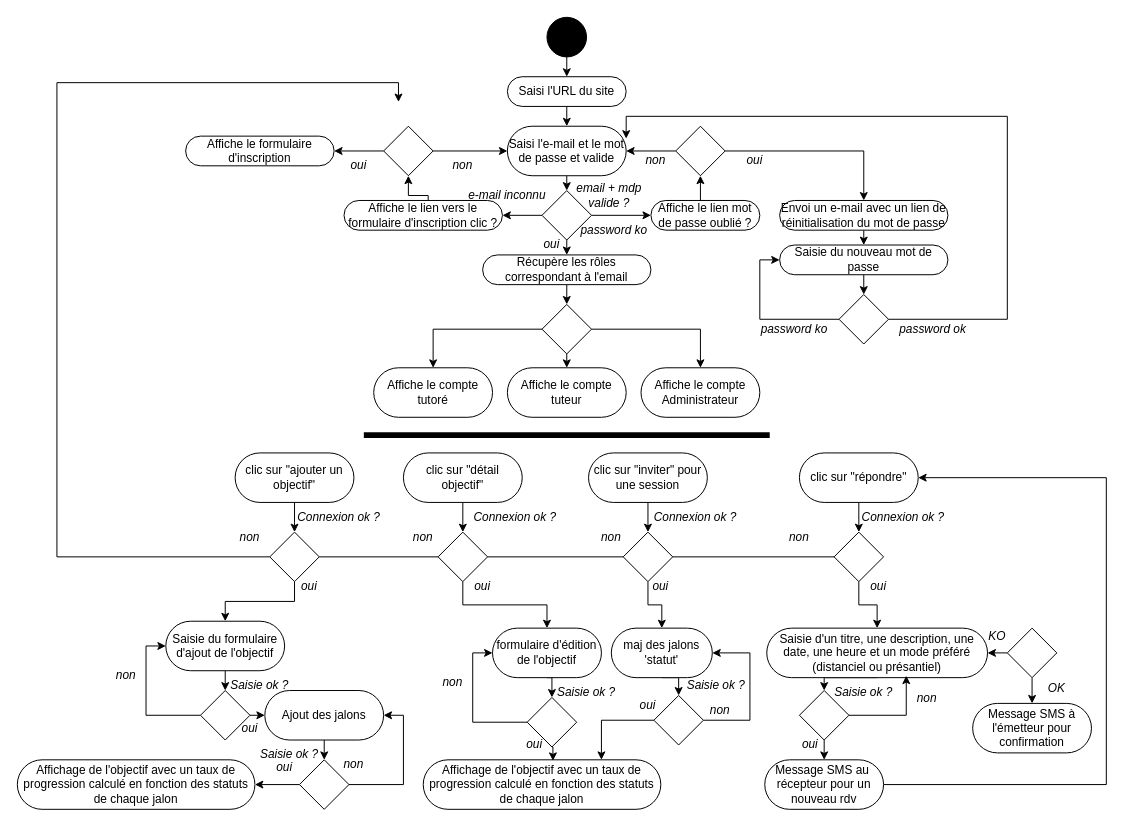
Earlier version of the draw.io diagram page "diagramme d'activité" (2 of 4) of uml_avenirs.drawio (cbeauquel/oc_projet9). Source tidied: cells renumbered, new cells numbered last; positions are measured from the earlier drawing's top-left corner, leaving out a move shared by most shapes. Both pictures are drawn from the tidied source at 99%, with x=0, y=0 at pixel (17, 17).
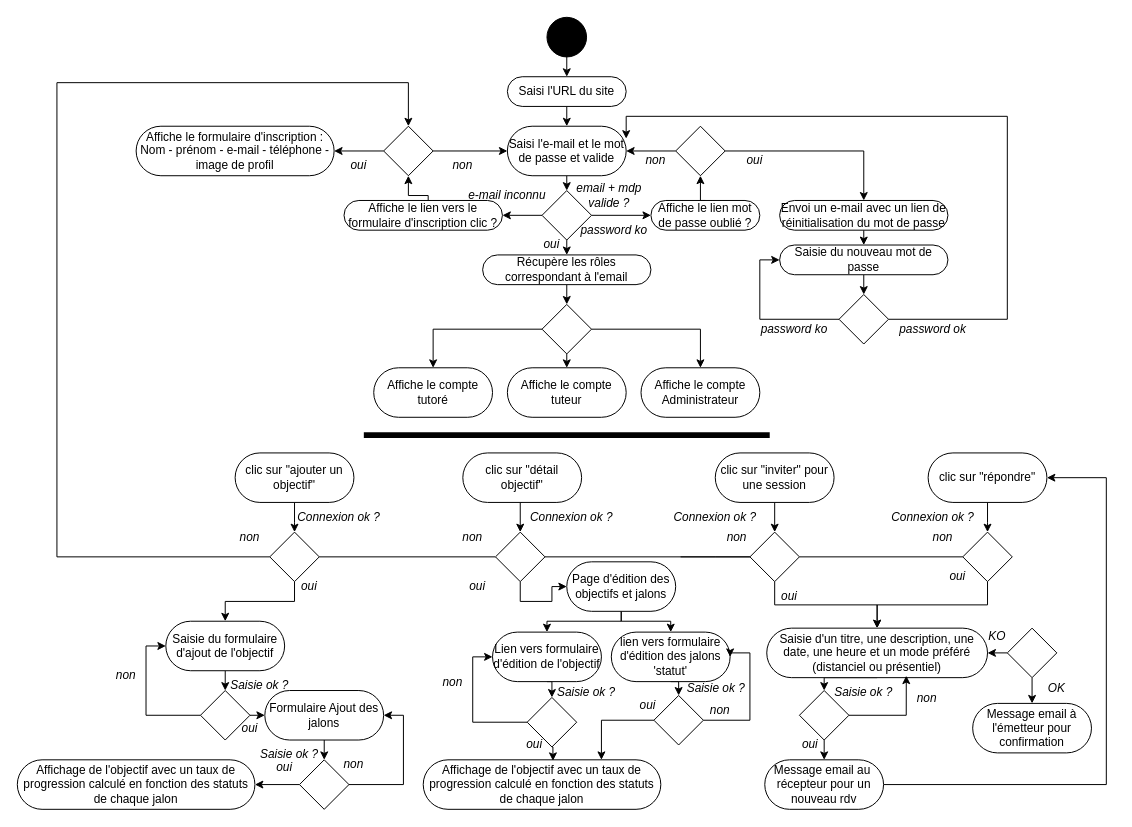
Above is the later version.

The change refers to these unchanged cells:
```xml
<mxCell id="25" style="rhombus;whiteSpace=wrap;html=1;" parent="1" vertex="1">
  <mxGeometry x="370" y="110" width="50" height="50" as="geometry" />
</mxCell>
<mxCell id="54" style="rhombus;whiteSpace=wrap;html=1;" parent="1" vertex="1">
  <mxGeometry x="255" y="520" width="50" height="50" as="geometry" />
</mxCell>
```

What changed in the source:
```diff
@@
-    <mxCell id="38" value="Affiche le formulaire d'inscription" style="rounded=1;whiteSpace=wrap;html=1;arcSize=50;" parent="1" vertex="1">
-      <mxGeometry x="170" y="120" width="150" height="30" as="geometry" />
+    <mxCell id="38" value="Affiche le formulaire d'inscription : Nom - prénom - e-mail - téléphone -image de profil" style="rounded=1;whiteSpace=wrap;html=1;arcSize=50;" parent="1" vertex="1">
+      <mxGeometry x="120" y="110" width="200" height="50" as="geometry" />
     </mxCell>
@@
-    <mxCell id="52" style="edgeStyle=orthogonalEdgeStyle;rounded=0;jettySize=auto;html=1;entryX=0;entryY=0;entryDx=0;entryDy=0;exitX=0;exitY=0.5;exitDx=0;exitDy=0;" parent="1" edge="1" source="54">
+    <mxCell id="52" style="edgeStyle=orthogonalEdgeStyle;rounded=0;jettySize=auto;html=1;entryX=0.5;entryY=0;entryDx=0;entryDy=0;exitX=0;exitY=0.5;exitDx=0;exitDy=0;" parent="1" edge="1" source="54" target="25">
       <mxGeometry relative="1" as="geometry">
-        <mxPoint x="385" y="85.5" as="targetPoint" />
         <Array as="points">
           <mxPoint x="40" y="545" />
           <mxPoint x="40" y="66" />
-          <mxPoint x="385" y="66" />
+          <mxPoint x="395" y="66" />
         </Array>
       </mxGeometry>
     </mxCell>
@@
-    <mxCell id="58" value="Ajout des jalons" style="rounded=1;whiteSpace=wrap;html=1;arcSize=50;" parent="1" vertex="1">
+    <mxCell id="58" value="Formulaire Ajout des jalons" style="rounded=1;whiteSpace=wrap;html=1;arcSize=50;" parent="1" vertex="1">
       <mxGeometry x="250" y="680" width="120" height="50" as="geometry" />
     </mxCell>
@@
     <mxCell id="75" value="clic sur &quot;détail objectif&quot;" style="rounded=1;whiteSpace=wrap;html=1;arcSize=50;" parent="1" vertex="1">
-      <mxGeometry x="390" y="440" width="120" height="50" as="geometry" />
+      <mxGeometry x="450" y="440" width="120" height="50" as="geometry" />
     </mxCell>
@@
     <mxCell id="77" value="clic sur &quot;inviter&quot; pour une session" style="rounded=1;whiteSpace=wrap;html=1;arcSize=50;" parent="1" vertex="1">
-      <mxGeometry x="577" y="440" width="120" height="50" as="geometry" />
+      <mxGeometry x="705" y="440" width="120" height="50" as="geometry" />
     </mxCell>
     <mxCell id="78" style="edgeStyle=orthogonalEdgeStyle;rounded=0;jettySize=auto;html=1;exitX=0.5;exitY=1;exitDx=0;exitDy=0;entryX=0.5;entryY=0;entryDx=0;entryDy=0;" parent="1" edge="1" source="79" target="124">
-      <mxGeometry relative="1" as="geometry" />
+      <mxGeometry relative="1" as="geometry">
+        <Array as="points">
+          <mxPoint x="980" y="510" />
+          <mxPoint x="980" y="510" />
+        </Array>
+      </mxGeometry>
     </mxCell>
     <mxCell id="79" value="clic sur &quot;répondre&quot;" style="rounded=1;whiteSpace=wrap;html=1;arcSize=50;" parent="1" vertex="1">
-      <mxGeometry x="790" y="440" width="120" height="50" as="geometry" />
+      <mxGeometry x="920" y="440" width="120" height="50" as="geometry" />
     </mxCell>
@@
-    <mxCell id="81" value="formulaire d'édition de l'objectif" style="rounded=1;whiteSpace=wrap;html=1;arcSize=50;" parent="1" vertex="1">
-      <mxGeometry x="480" y="617" width="110" height="50" as="geometry" />
+    <mxCell id="81" value="Lien vers formulaire d'édition de l'objectif" style="rounded=1;whiteSpace=wrap;html=1;arcSize=50;" parent="1" vertex="1">
+      <mxGeometry x="480" y="621" width="110" height="50" as="geometry" />
     </mxCell>
@@
-    <mxCell id="83" value="&lt;div&gt;&lt;span style=&quot;background-color: initial;&quot;&gt;maj des jalons 'statut'&lt;/span&gt;&lt;br&gt;&lt;/div&gt;" style="rounded=1;whiteSpace=wrap;html=1;arcSize=50;" parent="1" vertex="1">
-      <mxGeometry x="600" y="617" width="102" height="50" as="geometry" />
+    <mxCell id="83" value="&lt;div&gt;&lt;span style=&quot;background-color: initial;&quot;&gt;lien vers formulaire d'édition des jalons 'statut'&lt;/span&gt;&lt;br&gt;&lt;/div&gt;" style="rounded=1;whiteSpace=wrap;html=1;arcSize=50;" parent="1" vertex="1">
+      <mxGeometry x="600" y="621" width="120" height="50" as="geometry" />
     </mxCell>
@@
     <mxCell id="90" value="Saisie ok ?" style="text;html=1;align=center;verticalAlign=middle;whiteSpace=wrap;rounded=0;fontStyle=2;" parent="1" vertex="1">
-      <mxGeometry x="672" y="660" width="68" height="30" as="geometry" />
+      <mxGeometry x="672" y="663" width="68" height="30" as="geometry" />
     </mxCell>
@@
-    <mxCell id="98" value="&lt;div&gt;&lt;span style=&quot;background-color: initial;&quot;&gt;Saisie d'un titre, une description, une date, une heure et un mode préféré (distanciel ou présantiel)&lt;/span&gt;&lt;br&gt;&lt;/div&gt;" style="rounded=1;whiteSpace=wrap;html=1;arcSize=50;" parent="1" vertex="1">
+    <mxCell id="98" value="&lt;div&gt;&lt;span style=&quot;background-color: initial;&quot;&gt;Saisie d'un titre, une description, une date, une heure et un mode préféré (distanciel ou présentiel)&lt;/span&gt;&lt;br&gt;&lt;/div&gt;" style="rounded=1;whiteSpace=wrap;html=1;arcSize=50;" parent="1" vertex="1">
       <mxGeometry x="757" y="617" width="223" height="50" as="geometry" />
     </mxCell>
@@
-    <mxCell id="106" value="Message SMS au&amp;nbsp; récepteur pour un nouveau rdv" style="rounded=1;whiteSpace=wrap;html=1;arcSize=50;" parent="1" vertex="1">
+    <mxCell id="106" value="Message email&amp;nbsp;au&amp;nbsp; récepteur pour un nouveau rdv" style="rounded=1;whiteSpace=wrap;html=1;arcSize=50;" parent="1" vertex="1">
       <mxGeometry x="755" y="750" width="120" height="50" as="geometry" />
     </mxCell>
@@
-    <mxCell id="110" value="Message SMS à l'émetteur pour confirmation" style="rounded=1;whiteSpace=wrap;html=1;arcSize=50;" parent="1" vertex="1">
+    <mxCell id="110" value="Message email à l'émetteur pour confirmation" style="rounded=1;whiteSpace=wrap;html=1;arcSize=50;" parent="1" vertex="1">
       <mxGeometry x="965" y="693" width="120" height="50" as="geometry" />
     </mxCell>
@@
     <mxCell id="113" value="Connexion ok ?" style="text;html=1;align=center;verticalAlign=middle;whiteSpace=wrap;rounded=0;fontStyle=2;" parent="1" vertex="1">
-      <mxGeometry x="458" y="490" width="90" height="30" as="geometry" />
+      <mxGeometry x="515" y="490" width="90" height="30" as="geometry" />
     </mxCell>
     <mxCell id="114" value="Connexion ok ?" style="text;html=1;align=center;verticalAlign=middle;whiteSpace=wrap;rounded=0;fontStyle=2;" parent="1" vertex="1">
-      <mxGeometry x="850" y="490" width="90" height="30" as="geometry" />
+      <mxGeometry x="880" y="490" width="90" height="30" as="geometry" />
     </mxCell>
     <mxCell id="115" value="Connexion ok ?" style="text;html=1;align=center;verticalAlign=middle;whiteSpace=wrap;rounded=0;fontStyle=2;" parent="1" vertex="1">
-      <mxGeometry x="640" y="490" width="90" height="30" as="geometry" />
+      <mxGeometry x="660" y="490" width="90" height="30" as="geometry" />
     </mxCell>
-    <mxCell id="116" style="edgeStyle=orthogonalEdgeStyle;rounded=0;jettySize=auto;html=1;exitX=0.5;exitY=1;exitDx=0;exitDy=0;entryX=0.5;entryY=0;entryDx=0;entryDy=0;" parent="1" edge="1" source="118" target="81">
-      <mxGeometry relative="1" as="geometry" />
+    <mxCell id="116" style="edgeStyle=orthogonalEdgeStyle;rounded=0;jettySize=auto;html=1;exitX=0.5;exitY=1;exitDx=0;exitDy=0;entryX=0;entryY=0.5;entryDx=0;entryDy=0;" parent="1" edge="1" source="118" target="135">
+      <mxGeometry relative="1" as="geometry">
+        <Array as="points">
+          <mxPoint x="508" y="590" />
+          <mxPoint x="540" y="590" />
+          <mxPoint x="540" y="575" />
+        </Array>
+      </mxGeometry>
     </mxCell>
@@
     <mxCell id="118" style="rhombus;whiteSpace=wrap;html=1;" parent="1" vertex="1">
-      <mxGeometry x="425" y="520" width="50" height="50" as="geometry" />
+      <mxGeometry x="483" y="520" width="50" height="50" as="geometry" />
     </mxCell>
-    <mxCell id="119" style="edgeStyle=orthogonalEdgeStyle;rounded=0;jettySize=auto;html=1;exitX=0.5;exitY=1;exitDx=0;exitDy=0;entryX=0.5;entryY=0;entryDx=0;entryDy=0;" parent="1" edge="1" source="121" target="83">
+    <mxCell id="119" style="edgeStyle=orthogonalEdgeStyle;rounded=0;jettySize=auto;html=1;exitX=0.5;exitY=1;exitDx=0;exitDy=0;entryX=0.5;entryY=0;entryDx=0;entryDy=0;" parent="1" edge="1" source="121" target="98">
       <mxGeometry relative="1" as="geometry" />
     </mxCell>
@@
-    <mxCell id="121" style="rhombus;whiteSpace=wrap;html=1;" parent="1" vertex="1">
-      <mxGeometry x="612" y="520" width="50" height="50" as="geometry" />
-    </mxCell>
@@
-    <mxCell id="123" style="edgeStyle=orthogonalEdgeStyle;rounded=0;jettySize=auto;html=1;exitX=0;exitY=0.5;exitDx=0;exitDy=0;entryX=1;entryY=0.5;entryDx=0;entryDy=0;endArrow=none;endFill=0;" parent="1" edge="1" source="124" target="121">
-      <mxGeometry relative="1" as="geometry" />
-    </mxCell>
     <mxCell id="124" style="rhombus;whiteSpace=wrap;html=1;" parent="1" vertex="1">
-      <mxGeometry x="825" y="520" width="50" height="50" as="geometry" />
+      <mxGeometry x="955" y="520" width="50" height="50" as="geometry" />
     </mxCell>
     <mxCell id="125" value="non" style="text;html=1;align=center;verticalAlign=middle;whiteSpace=wrap;rounded=0;fontStyle=2;" parent="1" vertex="1">
-      <mxGeometry x="380" y="510" width="60" height="30" as="geometry" />
+      <mxGeometry x="430" y="510" width="60" height="30" as="geometry" />
     </mxCell>
     <mxCell id="126" value="non" style="text;html=1;align=center;verticalAlign=middle;whiteSpace=wrap;rounded=0;fontStyle=2;" parent="1" vertex="1">
-      <mxGeometry x="570" y="510" width="60" height="30" as="geometry" />
+      <mxGeometry x="697" y="510" width="60" height="30" as="geometry" />
     </mxCell>
     <mxCell id="127" value="non" style="text;html=1;align=center;verticalAlign=middle;whiteSpace=wrap;rounded=0;fontStyle=2;" parent="1" vertex="1">
-      <mxGeometry x="760" y="510" width="60" height="30" as="geometry" />
+      <mxGeometry x="905" y="510" width="60" height="30" as="geometry" />
     </mxCell>
@@
     <mxCell id="129" value="oui" style="text;html=1;align=center;verticalAlign=middle;whiteSpace=wrap;rounded=0;fontStyle=2;" parent="1" vertex="1">
-      <mxGeometry x="440" y="560" width="60" height="30" as="geometry" />
+      <mxGeometry x="435" y="560" width="60" height="30" as="geometry" />
     </mxCell>
+    <mxCell id="131" value="oui" style="text;html=1;align=center;verticalAlign=middle;whiteSpace=wrap;rounded=0;fontStyle=2;" parent="1" vertex="1">
+      <mxGeometry x="920" y="550" width="60" height="30" as="geometry" />
+    </mxCell>
+    <mxCell id="132" style="edgeStyle=orthogonalEdgeStyle;rounded=0;jettySize=auto;html=1;exitX=0;exitY=0.5;exitDx=0;exitDy=0;endArrow=none;endFill=0;" parent="1" edge="1" source="121">
+      <mxGeometry relative="1" as="geometry">
+        <mxPoint x="670" y="545" as="targetPoint" />
+      </mxGeometry>
+    </mxCell>
     <mxCell id="130" value="oui" style="text;html=1;align=center;verticalAlign=middle;whiteSpace=wrap;rounded=0;fontStyle=2;" parent="1" vertex="1">
-      <mxGeometry x="620" y="560" width="60" height="30" as="geometry" />
+      <mxGeometry x="750" y="570" width="60" height="30" as="geometry" />
     </mxCell>
-    <mxCell id="131" value="oui" style="text;html=1;align=center;verticalAlign=middle;whiteSpace=wrap;rounded=0;fontStyle=2;" parent="1" vertex="1">
-      <mxGeometry x="840" y="560" width="60" height="30" as="geometry" />
-    </mxCell>
+    <mxCell id="123" style="edgeStyle=orthogonalEdgeStyle;rounded=0;jettySize=auto;html=1;exitX=0;exitY=0.5;exitDx=0;exitDy=0;endArrow=none;endFill=0;" parent="1" edge="1" source="124" target="121">
+      <mxGeometry relative="1" as="geometry" />
+    </mxCell>
+    <mxCell id="121" style="rhombus;whiteSpace=wrap;html=1;" parent="1" vertex="1">
+      <mxGeometry x="740" y="520" width="50" height="50" as="geometry" />
+    </mxCell>
+    <mxCell id="133" style="edgeStyle=orthogonalEdgeStyle;rounded=0;jettySize=auto;html=1;exitX=0.5;exitY=1;exitDx=0;exitDy=0;entryX=0.5;entryY=0;entryDx=0;entryDy=0;" parent="1" edge="1" source="135" target="81">
+      <mxGeometry relative="1" as="geometry">
+        <Array as="points">
+          <mxPoint x="610" y="610" />
+          <mxPoint x="535" y="610" />
+        </Array>
+      </mxGeometry>
+    </mxCell>
+    <mxCell id="134" style="edgeStyle=orthogonalEdgeStyle;rounded=0;jettySize=auto;html=1;exitX=0.5;exitY=1;exitDx=0;exitDy=0;entryX=0.5;entryY=0;entryDx=0;entryDy=0;" parent="1" edge="1" target="83">
+      <mxGeometry relative="1" as="geometry">
+        <mxPoint x="610" y="600" as="sourcePoint" />
+        <Array as="points">
+          <mxPoint x="610" y="610" />
+          <mxPoint x="660" y="610" />
+        </Array>
+      </mxGeometry>
+    </mxCell>
+    <mxCell id="135" value="Page d'édition des objectifs et jalons" style="rounded=1;whiteSpace=wrap;html=1;arcSize=50;" parent="1" vertex="1">
+      <mxGeometry x="555" y="550" width="110" height="50" as="geometry" />
+    </mxCell>
```
